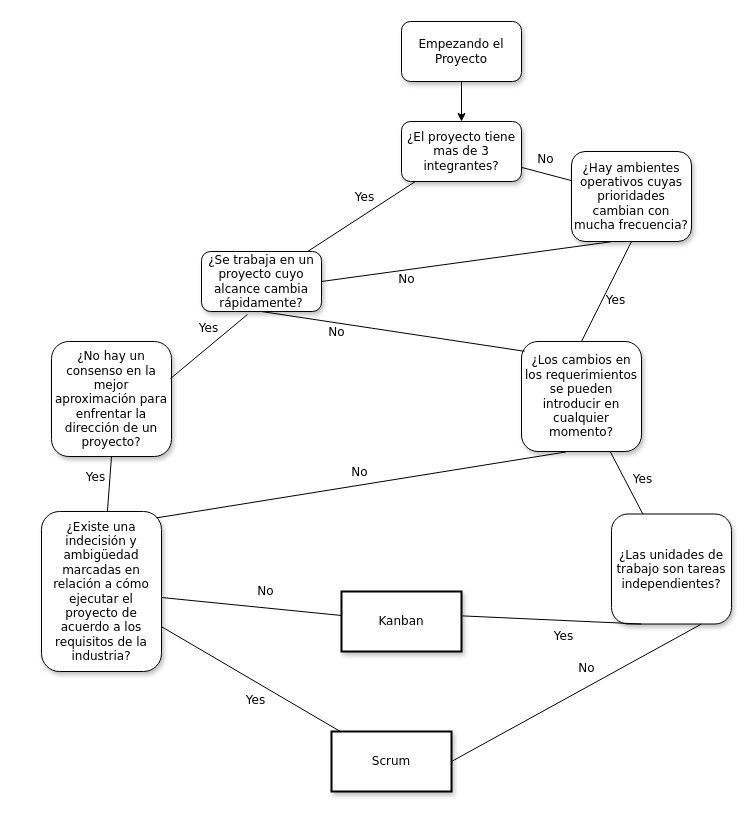
This is js/Untitled Diagram.drawio from eichenbergerche/todo-list, a draw.io file, before an edit. Source tidied: cells renumbered, new cells numbered last; positions are measured from the earlier drawing's top-left corner, leaving out a move shared by most shapes. Both pictures are drawn from the tidied source at 100%, with x=0, y=0 at pixel (41, 21).
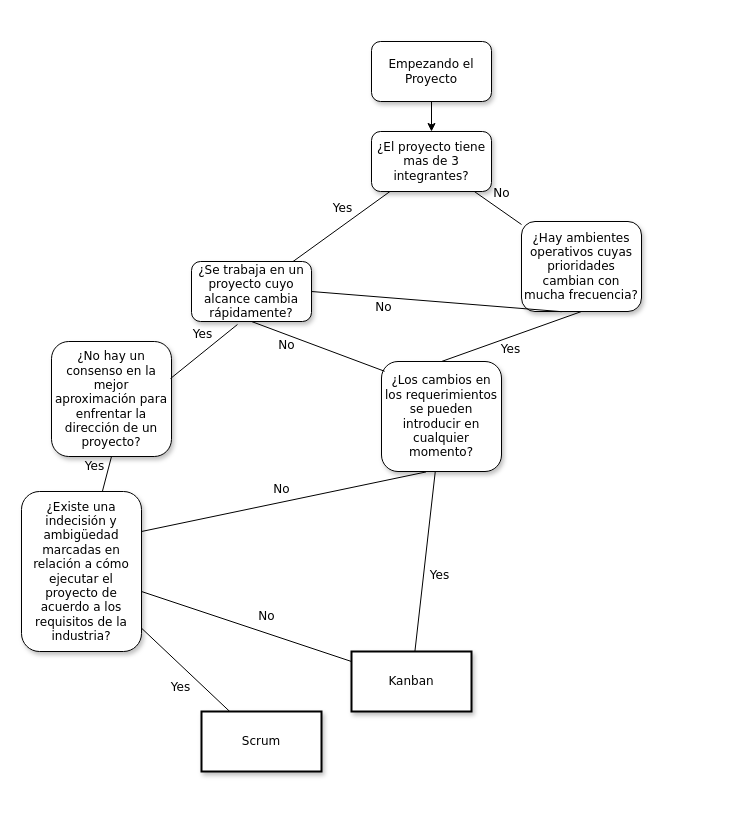
The same diagram, later.

Commit message:
arboles de decisiones

Change to the diagram source:
```diff
@@
     <mxCell id="3" value="Empezando el Proyecto" style="whiteSpace=wrap;html=1;rounded=1;shadow=1;labelBackgroundColor=none;strokeWidth=1;fontFamily=Verdana;fontSize=12;align=center;" parent="1" vertex="1">
-      <mxGeometry x="360" width="120" height="60" as="geometry" />
+      <mxGeometry x="330" y="20" width="120" height="60" as="geometry" />
     </mxCell>
     <mxCell id="4" value="¿El proyecto tiene mas de 3 integrantes?" style="whiteSpace=wrap;html=1;rounded=1;shadow=1;labelBackgroundColor=none;strokeWidth=1;fontFamily=Verdana;fontSize=12;align=center;" parent="1" vertex="1">
-      <mxGeometry x="360" y="100" width="120" height="60" as="geometry" />
+      <mxGeometry x="330" y="110" width="120" height="60" as="geometry" />
     </mxCell>
     <mxCell id="5" value="¿Se trabaja en un proyecto cuyo alcance cambia rápidamente?" style="whiteSpace=wrap;html=1;rounded=1;shadow=1;labelBackgroundColor=none;strokeWidth=1;fontFamily=Verdana;fontSize=12;align=center;" parent="1" vertex="1">
-      <mxGeometry x="160" y="230" width="120" height="60" as="geometry" />
+      <mxGeometry x="150" y="240" width="120" height="60" as="geometry" />
     </mxCell>
     <mxCell id="6" value="¿Hay ambientes operativos cuyas prioridades cambian con mucha frecuencia?" style="whiteSpace=wrap;html=1;rounded=1;shadow=1;labelBackgroundColor=none;strokeWidth=1;fontFamily=Verdana;fontSize=12;align=center;" parent="1" vertex="1">
-      <mxGeometry x="530" y="130" width="120" height="90" as="geometry" />
+      <mxGeometry x="480" y="200" width="120" height="90" as="geometry" />
     </mxCell>
     <mxCell id="7" value="¿Existe una indecisión y ambigüedad marcadas en relación a cómo ejecutar el proyecto de acuerdo a los requisitos de la industria?" style="whiteSpace=wrap;html=1;rounded=1;shadow=1;labelBackgroundColor=none;strokeWidth=1;fontFamily=Verdana;fontSize=12;align=center;" parent="1" vertex="1">
-      <mxGeometry y="490" width="120" height="160" as="geometry" />
+      <mxGeometry x="-20" y="470" width="120" height="160" as="geometry" />
     </mxCell>
@@
     <mxCell id="11" value="Scrum" style="whiteSpace=wrap;html=1;rounded=0;shadow=1;labelBackgroundColor=none;strokeWidth=2;fontFamily=Verdana;fontSize=12;align=center;" parent="1" vertex="1">
-      <mxGeometry x="290" y="710" width="120" height="60" as="geometry" />
+      <mxGeometry x="160" y="690" width="120" height="60" as="geometry" />
     </mxCell>
     <mxCell id="12" value="&lt;span&gt;Kanban&lt;/span&gt;" style="whiteSpace=wrap;html=1;rounded=0;shadow=1;labelBackgroundColor=none;strokeWidth=2;fontFamily=Verdana;fontSize=12;align=center;" parent="1" vertex="1">
-      <mxGeometry x="300" y="570" width="120" height="60" as="geometry" />
+      <mxGeometry x="310" y="630" width="120" height="60" as="geometry" />
     </mxCell>
@@
     <mxCell id="17" value="¿Los cambios en los requerimientos se pueden introducir en cualquier momento?" style="whiteSpace=wrap;html=1;rounded=1;shadow=1;labelBackgroundColor=none;strokeWidth=1;fontFamily=Verdana;fontSize=12;align=center;" parent="1" vertex="1">
-      <mxGeometry x="480" y="320" width="120" height="110" as="geometry" />
+      <mxGeometry x="340" y="340" width="120" height="110" as="geometry" />
     </mxCell>
-    <mxCell id="18" value="No" style="rounded=0;html=1;labelBackgroundColor=none;startArrow=none;startFill=0;startSize=5;endArrow=none;endFill=0;endSize=5;jettySize=auto;strokeWidth=1;fontFamily=Verdana;fontSize=12;entryX=0.957;entryY=0.04;entryDx=0;entryDy=0;entryPerimeter=0;exitX=0.371;exitY=1.004;exitDx=0;exitDy=0;exitPerimeter=0;" parent="1" edge="1" source="17" target="7">
+    <mxCell id="18" value="No" style="rounded=0;html=1;labelBackgroundColor=none;startArrow=none;startFill=0;startSize=5;endArrow=none;endFill=0;endSize=5;jettySize=auto;strokeWidth=1;fontFamily=Verdana;fontSize=12;entryX=1;entryY=0.25;entryDx=0;entryDy=0;exitX=0.371;exitY=1.004;exitDx=0;exitDy=0;exitPerimeter=0;" parent="1" edge="1" source="17" target="7">
       <mxGeometry y="-12" relative="1" as="geometry" />
     </mxCell>
-    <mxCell id="19" value="Yes" style="rounded=0;html=1;labelBackgroundColor=none;startArrow=none;startFill=0;startSize=5;endArrow=none;endFill=0;endSize=5;jettySize=auto;strokeWidth=1;fontFamily=Verdana;fontSize=12;" parent="1" edge="1" source="17" target="23">
+    <mxCell id="19" value="Yes" style="rounded=0;html=1;labelBackgroundColor=none;startArrow=none;startFill=0;startSize=5;endArrow=none;endFill=0;endSize=5;jettySize=auto;strokeWidth=1;fontFamily=Verdana;fontSize=12;" parent="1" edge="1" source="17" target="12">
       <mxGeometry x="0.14" y="16" relative="1" as="geometry" />
     </mxCell>
@@
-    <mxCell id="23" value="¿Las unidades de trabajo son tareas independientes?" style="whiteSpace=wrap;html=1;rounded=1;shadow=1;labelBackgroundColor=none;strokeWidth=1;fontFamily=Verdana;fontSize=12;align=center;" parent="1" vertex="1">
-      <mxGeometry x="570" y="492.5" width="120" height="110" as="geometry" />
-    </mxCell>
-    <mxCell id="24" value="No" style="rounded=0;html=1;labelBackgroundColor=none;startArrow=none;startFill=0;startSize=5;endArrow=none;endFill=0;endSize=5;jettySize=auto;strokeWidth=1;fontFamily=Verdana;fontSize=12;entryX=0.75;entryY=1;entryDx=0;entryDy=0;exitX=1;exitY=0.5;exitDx=0;exitDy=0;" parent="1" edge="1" source="11" target="23">
-      <mxGeometry x="0.14" y="16" relative="1" as="geometry" />
-    </mxCell>
-    <mxCell id="25" value="Yes" style="rounded=0;html=1;labelBackgroundColor=none;startArrow=none;startFill=0;startSize=5;endArrow=none;endFill=0;endSize=5;jettySize=auto;strokeWidth=1;fontFamily=Verdana;fontSize=12;entryX=0.25;entryY=1;entryDx=0;entryDy=0;exitX=1.009;exitY=0.407;exitDx=0;exitDy=0;exitPerimeter=0;" parent="1" edge="1" source="12" target="23">
-      <mxGeometry x="0.14" y="-16" relative="1" as="geometry" />
-    </mxCell>
```
